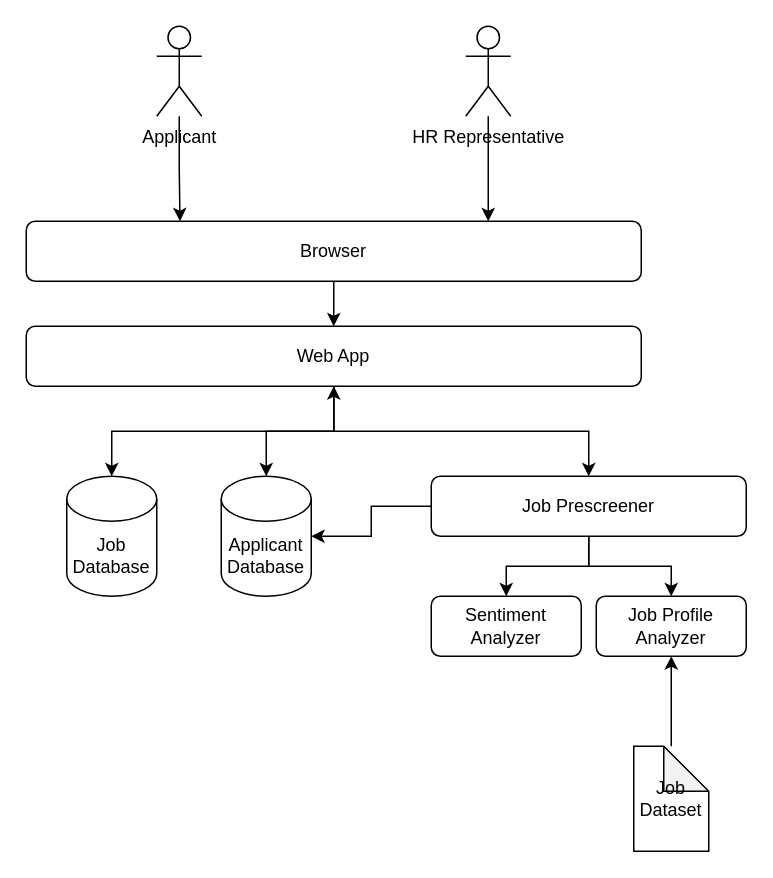
fernakano/gmu-ait-590 keeps this draw.io diagram as page "Architecture" (1 of 3) of FinalProject/AIT-590 Architecture Diagram.drawio. Above is the earlier version. Source tidied: cells renumbered, new cells numbered last; positions are measured from the earlier drawing's top-left corner, leaving out a move shared by most shapes. Both pictures are drawn from the tidied source at 150%, with x=0, y=0 at pixel (26, 26).
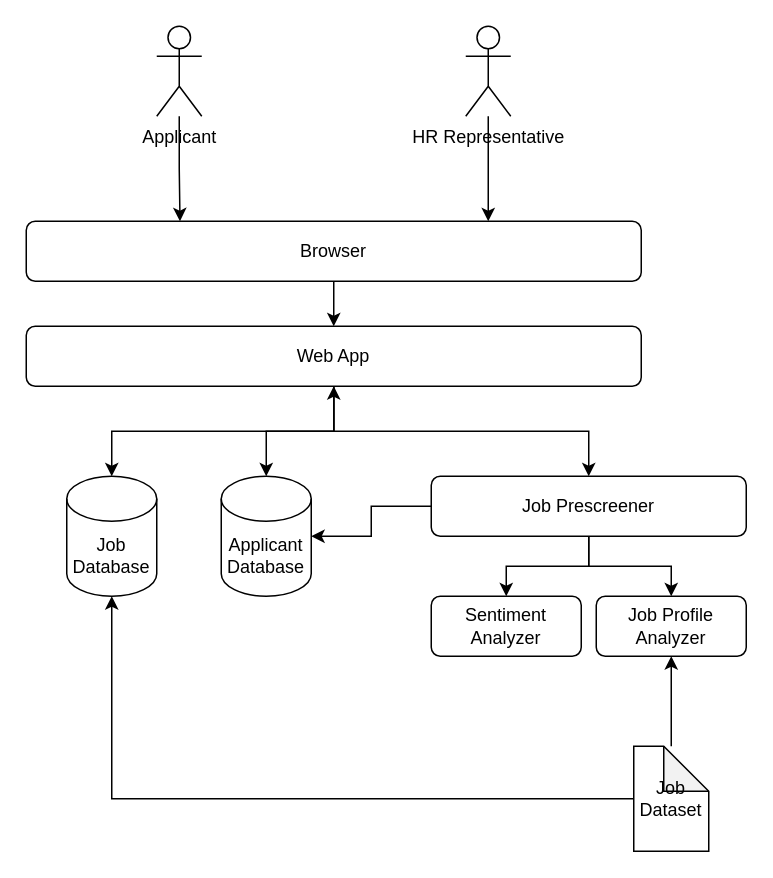
After the change.

The change refers to these unchanged cells:
```xml
<mxCell id="16" value="Job Dataset" style="shape=note;whiteSpace=wrap;html=1;backgroundOutline=1;darkOpacity=0.05;" parent="1" vertex="1">
  <mxGeometry x="405" y="480" width="50" height="70" as="geometry" />
</mxCell>
<mxCell id="17" value="Job Database" style="shape=cylinder3;whiteSpace=wrap;html=1;boundedLbl=1;backgroundOutline=1;size=15;" parent="1" vertex="1">
  <mxGeometry x="27" y="300" width="60" height="80" as="geometry" />
</mxCell>
```

What changed in the source:
```diff
@@
+    <mxCell id="22" style="edgeStyle=orthogonalEdgeStyle;rounded=0;jettySize=auto;html=1;" parent="1" edge="1" source="16" target="17">
+      <mxGeometry relative="1" as="geometry" />
+    </mxCell>
```
